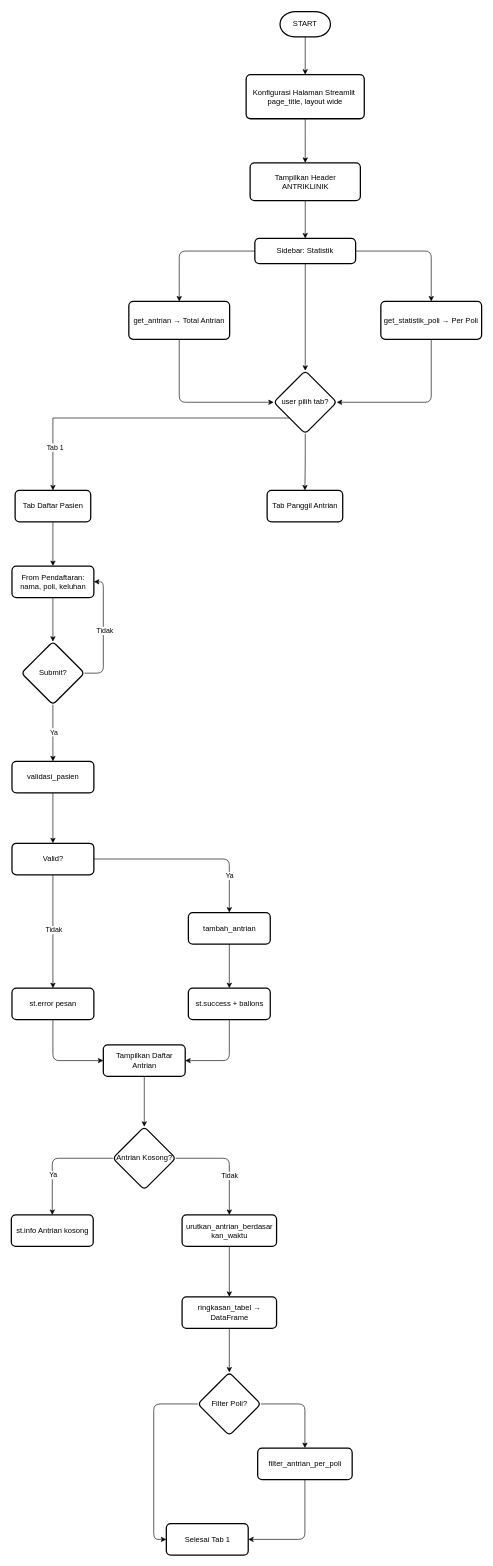
Above: Flowchart Project DASPRO.drawio in Zaynn-SSS/Flowchart-Project-DASPRO (draw.io), before the change. Source tidied: cells renumbered, new cells numbered last; positions are measured from the earlier drawing's top-left corner, leaving out a move shared by most shapes. Both pictures are drawn from the tidied source at 63%, with x=0, y=0 at pixel (11, 11).
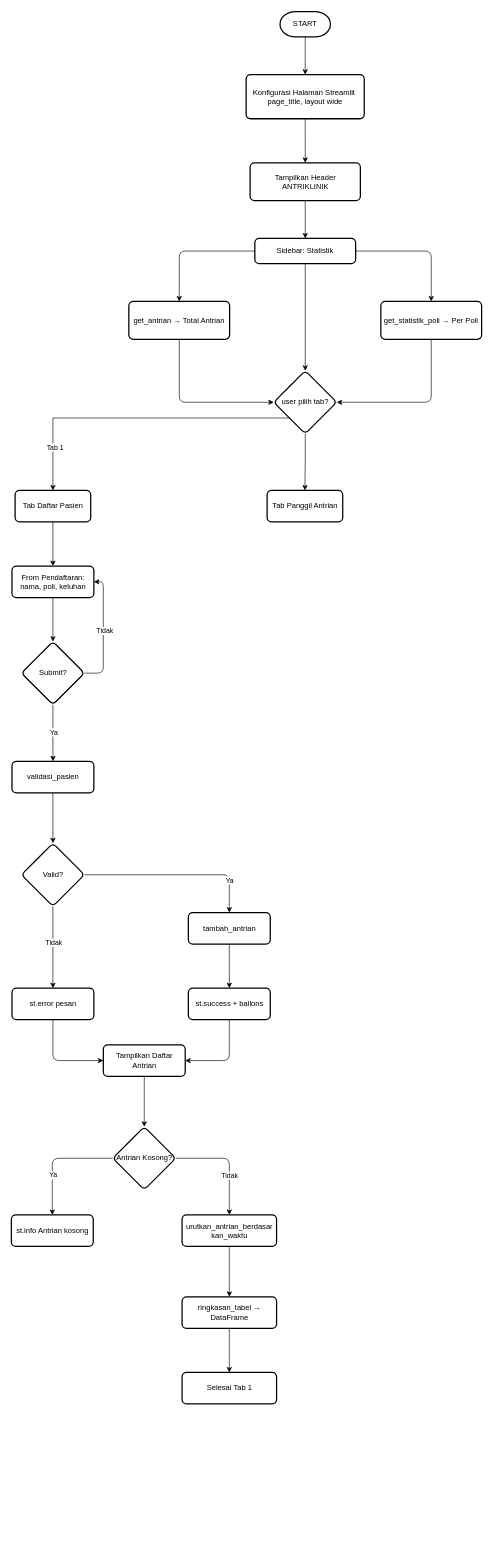
The same diagram, later.

Unchanged cells that the change refers to:
```xml
<mxCell id="30" value="validasi_pasien" style="whiteSpace=wrap;html=1;rounded=1;absoluteArcSize=1;arcSize=14;strokeWidth=2;" parent="1" vertex="1">
  <mxGeometry x="0.5" y="1190" width="130" height="50" as="geometry" />
</mxCell>
<mxCell id="37" value="st.error pesan" style="whiteSpace=wrap;html=1;rounded=1;absoluteArcSize=1;arcSize=14;strokeWidth=2;" parent="1" vertex="1">
  <mxGeometry x="0.5" y="1550" width="130" height="50" as="geometry" />
</mxCell>
<mxCell id="39" value="tambah_antrian" style="whiteSpace=wrap;html=1;rounded=1;absoluteArcSize=1;arcSize=14;strokeWidth=2;" parent="1" vertex="1">
  <mxGeometry x="280.5" y="1430" width="130" height="50" as="geometry" />
</mxCell>
<mxCell id="53" value="ringkasan_tabel → DataFrame" style="whiteSpace=wrap;html=1;rounded=1;absoluteArcSize=1;arcSize=14;strokeWidth=2;" parent="1" vertex="1">
  <mxGeometry x="270.5" y="2040" width="150" height="50" as="geometry" />
</mxCell>
```

Change to the diagram source:
```diff
@@
-    <mxCell id="29" style="edgeStyle=orthogonalEdgeStyle;rounded=0;jettySize=auto;html=1;defaultLabelBackgroundColor=page;" parent="1" edge="1" source="30" target="35">
+    <mxCell id="29" style="edgeStyle=orthogonalEdgeStyle;rounded=0;jettySize=auto;html=1;defaultLabelBackgroundColor=page;entryX=0.5;entryY=0;entryDx=0;entryDy=0;" parent="1" edge="1" source="30" target="35">
       <mxGeometry relative="1" as="geometry" />
     </mxCell>
@@
-    <mxCell id="31" style="edgeStyle=orthogonalEdgeStyle;rounded=0;jettySize=auto;html=1;defaultLabelBackgroundColor=page;" parent="1" edge="1" source="35" target="37">
+    <mxCell id="31" style="edgeStyle=orthogonalEdgeStyle;rounded=0;jettySize=auto;html=1;defaultLabelBackgroundColor=page;exitX=0.5;exitY=1;exitDx=0;exitDy=0;" parent="1" edge="1" source="35" target="37">
       <mxGeometry relative="1" as="geometry" />
     </mxCell>
     <mxCell id="32" value="Tidak" style="edgeLabel;html=1;align=center;verticalAlign=middle;inheritText=1;defaultLabelBackgroundColor=page;" parent="31" vertex="1">
-      <mxGeometry x="-0.03" y="1" relative="1" as="geometry" />
+      <mxGeometry x="-0.13" y="1" relative="1" as="geometry" />
     </mxCell>
-    <mxCell id="33" style="edgeStyle=orthogonalEdgeStyle;rounded=1;jettySize=auto;html=1;defaultLabelBackgroundColor=page;curved=0;" parent="1" edge="1" source="35" target="39">
-      <mxGeometry relative="1" as="geometry" />
+    <mxCell id="33" style="edgeStyle=orthogonalEdgeStyle;rounded=1;jettySize=auto;html=1;defaultLabelBackgroundColor=page;curved=0;exitX=1;exitY=0.5;exitDx=0;exitDy=0;" parent="1" edge="1" source="35" target="39">
+      <mxGeometry x="0.08" relative="1" as="geometry" />
     </mxCell>
     <mxCell id="34" value="Ya" style="edgeLabel;html=1;align=center;verticalAlign=middle;inheritText=1;defaultLabelBackgroundColor=page;" parent="33" vertex="1">
-      <mxGeometry x="0.61" relative="1" as="geometry" />
+      <mxGeometry x="0.64" relative="1" as="geometry" />
     </mxCell>
-    <mxCell id="35" value="Valid?" style="whiteSpace=wrap;html=1;rounded=1;absoluteArcSize=1;arcSize=14;strokeWidth=2;" parent="1" vertex="1">
-      <mxGeometry x="0.5" y="1320" width="130" height="50" as="geometry" />
-    </mxCell>
@@
-    <mxCell id="52" style="edgeStyle=orthogonalEdgeStyle;rounded=0;jettySize=auto;html=1;defaultLabelBackgroundColor=page;" parent="1" edge="1" source="53" target="56">
-      <mxGeometry relative="1" as="geometry" />
-    </mxCell>
+    <mxCell id="61" style="edgeStyle=orthogonalEdgeStyle;rounded=0;jettySize=auto;html=1;defaultLabelBackgroundColor=page;" parent="1" edge="1" source="53" target="57">
+      <mxGeometry relative="1" as="geometry" />
+    </mxCell>
@@
-    <mxCell id="54" style="edgeStyle=orthogonalEdgeStyle;rounded=1;jettySize=auto;html=1;defaultLabelBackgroundColor=page;exitX=0;exitY=0.5;exitDx=0;exitDy=0;entryX=0;entryY=0.5;entryDx=0;entryDy=0;curved=0;" parent="1" edge="1" source="56" target="57">
-      <mxGeometry relative="1" as="geometry" />
-    </mxCell>
-    <mxCell id="55" style="edgeStyle=orthogonalEdgeStyle;rounded=1;jettySize=auto;html=1;defaultLabelBackgroundColor=page;exitX=1;exitY=0.5;exitDx=0;exitDy=0;curved=0;" parent="1" edge="1" source="56" target="58">
-      <mxGeometry relative="1" as="geometry" />
-    </mxCell>
-    <mxCell id="56" value="Filter Poli?" style="rhombus;whiteSpace=wrap;html=1;shapeInside=1;rounded=1;absoluteArcSize=1;arcSize=14;strokeWidth=2;" parent="1" vertex="1">
-      <mxGeometry x="295.5" y="2160" width="100" height="100" as="geometry" />
-    </mxCell>
+    <mxCell id="60" value="Tab Panggil Antrian" style="whiteSpace=wrap;html=1;rounded=1;absoluteArcSize=1;arcSize=14;strokeWidth=2;" parent="1" vertex="1">
+      <mxGeometry x="405.5" y="760" width="120" height="50" as="geometry" />
+    </mxCell>
+    <mxCell id="35" value="Valid?" style="rhombus;whiteSpace=wrap;html=1;shapeInside=1;rounded=1;absoluteArcSize=1;arcSize=14;strokeWidth=2;" parent="1" vertex="1">
+      <mxGeometry x="15.5" y="1320" width="100" height="100" as="geometry" />
+    </mxCell>
     <mxCell id="57" value="Selesai Tab 1" style="whiteSpace=wrap;html=1;rounded=1;absoluteArcSize=1;arcSize=14;strokeWidth=2;" parent="1" vertex="1">
-      <mxGeometry x="245.5" y="2400" width="130" height="50" as="geometry" />
+      <mxGeometry x="270.5" y="2160" width="150" height="50" as="geometry" />
     </mxCell>
-    <mxCell id="58" value="filter_antrian_per_poli" style="whiteSpace=wrap;html=1;rounded=1;absoluteArcSize=1;arcSize=14;strokeWidth=2;" parent="1" vertex="1">
-      <mxGeometry x="390.5" y="2280" width="150" height="50" as="geometry" />
-    </mxCell>
-    <mxCell id="59" style="edgeStyle=orthogonalEdgeStyle;rounded=1;jettySize=auto;html=1;defaultLabelBackgroundColor=page;exitX=0.5;exitY=1;exitDx=0;exitDy=0;entryX=1;entryY=0.5;entryDx=0;entryDy=0;curved=0;" parent="1" edge="1" source="58" target="57">
-      <mxGeometry x="0.22" relative="1" as="geometry" />
-    </mxCell>
-    <mxCell id="60" value="Tab Panggil Antrian" style="whiteSpace=wrap;html=1;rounded=1;absoluteArcSize=1;arcSize=14;strokeWidth=2;" parent="1" vertex="1">
-      <mxGeometry x="405.5" y="760" width="120" height="50" as="geometry" />
-    </mxCell>
```
